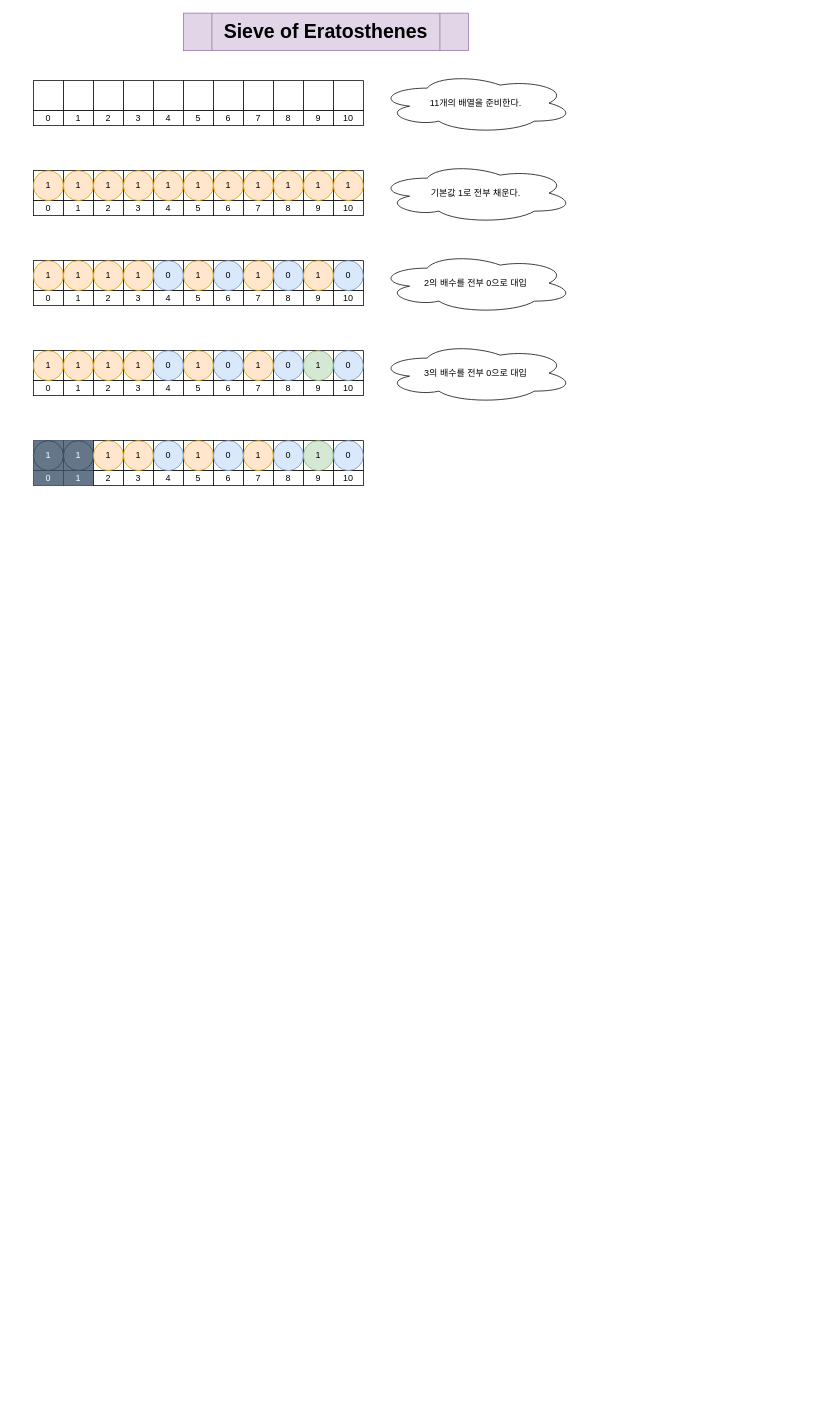
Above: 20220803 Sieve of Eratosthenes1.drawio in u8yes/Algorithm (draw.io), before the change. Source tidied: cells renumbered, new cells numbered last; positions are measured from the earlier drawing's top-left corner, leaving out a move shared by most shapes. Both pictures are drawn from the tidied source at 75%, with x=0, y=0 at pixel (33, 13).
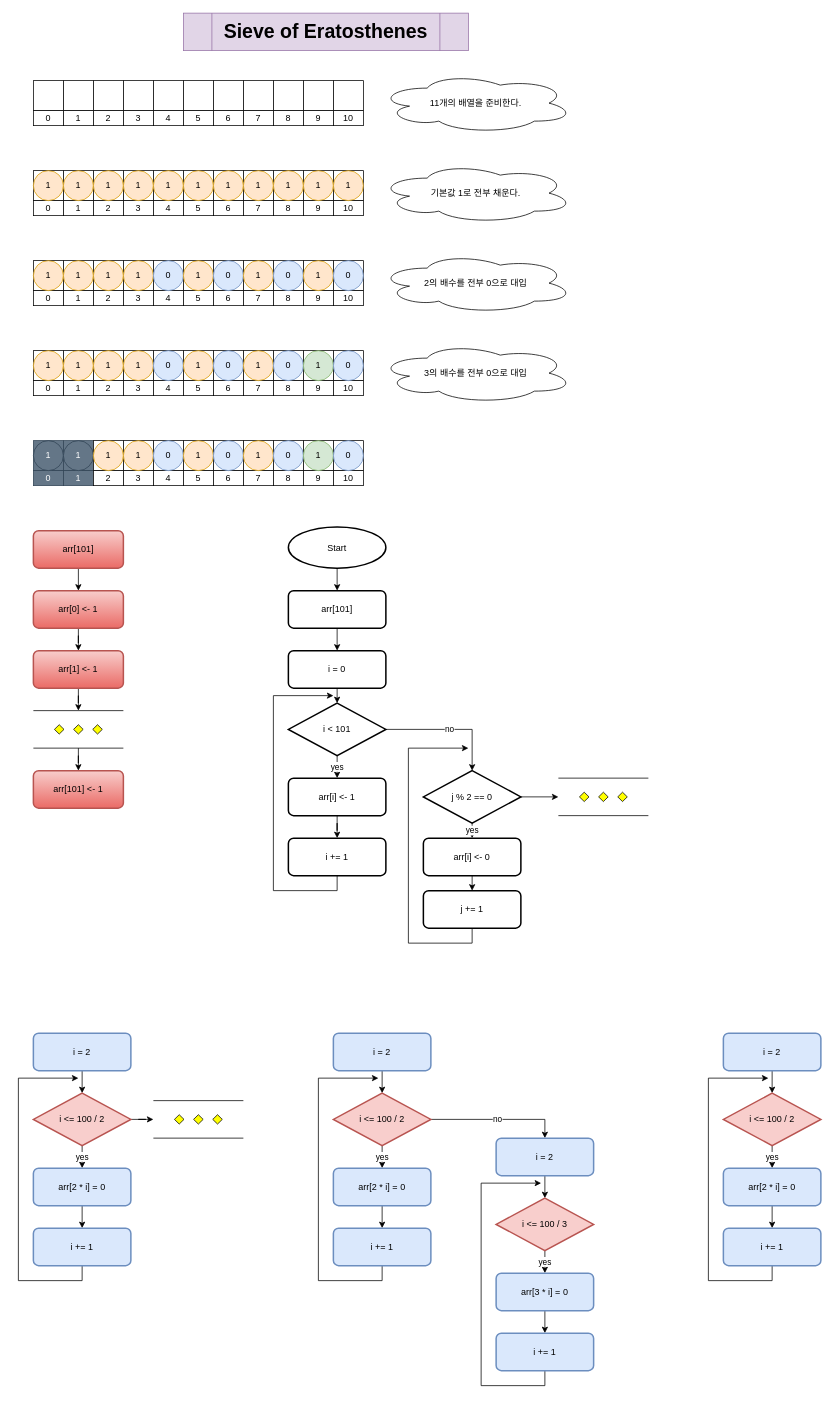
The same diagram, later.

What changed in the source:
```diff
@@
+    <mxCell id="162" style="edgeStyle=orthogonalEdgeStyle;rounded=0;jettySize=auto;html=1;exitX=0.5;exitY=1;exitDx=0;exitDy=0;entryX=0.5;entryY=0;entryDx=0;entryDy=0;" parent="1" edge="1" source="163" target="165">
+      <mxGeometry relative="1" as="geometry" />
+    </mxCell>
+    <mxCell id="163" value="arr[101]" style="rounded=1;whiteSpace=wrap;html=1;absoluteArcSize=1;arcSize=14;strokeWidth=2;gradientColor=#ea6b66;fillColor=#f8cecc;strokeColor=#b85450;" parent="1" vertex="1">
+      <mxGeometry y="690" width="120" height="50" as="geometry" />
+    </mxCell>
+    <mxCell id="164" style="edgeStyle=orthogonalEdgeStyle;rounded=0;jettySize=auto;html=1;exitX=0.5;exitY=1;exitDx=0;exitDy=0;" parent="1" edge="1" source="165" target="167">
+      <mxGeometry relative="1" as="geometry" />
+    </mxCell>
+    <mxCell id="165" value="arr[0] &amp;lt;- 1" style="rounded=1;whiteSpace=wrap;html=1;absoluteArcSize=1;arcSize=14;strokeWidth=2;gradientColor=#ea6b66;fillColor=#f8cecc;strokeColor=#b85450;" parent="1" vertex="1">
+      <mxGeometry y="770" width="120" height="50" as="geometry" />
+    </mxCell>
+    <mxCell id="166" style="edgeStyle=orthogonalEdgeStyle;rounded=0;jettySize=auto;html=1;exitX=0.5;exitY=1;exitDx=0;exitDy=0;" parent="1" edge="1" source="167" target="169">
+      <mxGeometry relative="1" as="geometry" />
+    </mxCell>
+    <mxCell id="167" value="arr[1] &amp;lt;- 1" style="rounded=1;whiteSpace=wrap;html=1;absoluteArcSize=1;arcSize=14;strokeWidth=2;gradientColor=#ea6b66;fillColor=#f8cecc;strokeColor=#b85450;" parent="1" vertex="1">
+      <mxGeometry y="850" width="120" height="50" as="geometry" />
+    </mxCell>
+    <mxCell id="168" style="edgeStyle=orthogonalEdgeStyle;rounded=0;jettySize=auto;html=1;exitX=0.5;exitY=1;exitDx=0;exitDy=0;exitPerimeter=0;" parent="1" edge="1" source="169" target="170">
+      <mxGeometry relative="1" as="geometry" />
+    </mxCell>
+    <mxCell id="169" style="verticalLabelPosition=bottom;verticalAlign=top;html=1;shape=mxgraph.flowchart.parallel_mode;" parent="1" vertex="1">
+      <mxGeometry y="930" width="120" height="50" as="geometry" />
+    </mxCell>
+    <mxCell id="170" value="arr[101] &amp;lt;- 1" style="rounded=1;whiteSpace=wrap;html=1;absoluteArcSize=1;arcSize=14;strokeWidth=2;gradientColor=#ea6b66;fillColor=#f8cecc;strokeColor=#b85450;" parent="1" vertex="1">
+      <mxGeometry y="1010" width="120" height="50" as="geometry" />
+    </mxCell>
+    <mxCell id="171" style="edgeStyle=orthogonalEdgeStyle;rounded=0;jettySize=auto;html=1;exitX=0.5;exitY=1;exitDx=0;exitDy=0;entryX=0.5;entryY=0;entryDx=0;entryDy=0;entryPerimeter=0;" parent="1" edge="1" source="172" target="175">
+      <mxGeometry relative="1" as="geometry" />
+    </mxCell>
+    <mxCell id="172" value="i = 0" style="rounded=1;whiteSpace=wrap;html=1;absoluteArcSize=1;arcSize=14;strokeWidth=2;" parent="1" vertex="1">
+      <mxGeometry x="340" y="850" width="130" height="50" as="geometry" />
+    </mxCell>
+    <mxCell id="173" value="yes" style="edgeStyle=orthogonalEdgeStyle;rounded=0;jettySize=auto;html=1;exitX=0.5;exitY=1;exitDx=0;exitDy=0;exitPerimeter=0;entryX=0.5;entryY=0;entryDx=0;entryDy=0;" parent="1" edge="1" source="175" target="177">
+      <mxGeometry relative="1" as="geometry" />
+    </mxCell>
+    <mxCell id="174" value="no" style="edgeStyle=orthogonalEdgeStyle;rounded=0;jettySize=auto;html=1;" parent="1" edge="1" source="175" target="186">
+      <mxGeometry relative="1" as="geometry" />
+    </mxCell>
+    <mxCell id="175" value="&lt;span&gt;i &amp;lt; 101&lt;/span&gt;" style="strokeWidth=2;html=1;shape=mxgraph.flowchart.decision;whiteSpace=wrap;" parent="1" vertex="1">
+      <mxGeometry x="340" y="920" width="130" height="70" as="geometry" />
+    </mxCell>
+    <mxCell id="176" style="edgeStyle=orthogonalEdgeStyle;rounded=0;jettySize=auto;html=1;exitX=0.5;exitY=1;exitDx=0;exitDy=0;" parent="1" edge="1" source="177" target="181">
+      <mxGeometry relative="1" as="geometry" />
+    </mxCell>
+    <mxCell id="177" value="arr[i] &amp;lt;- 1" style="rounded=1;whiteSpace=wrap;html=1;absoluteArcSize=1;arcSize=14;strokeWidth=2;" parent="1" vertex="1">
+      <mxGeometry x="340" y="1020" width="130" height="50" as="geometry" />
+    </mxCell>
+    <mxCell id="178" style="edgeStyle=orthogonalEdgeStyle;rounded=0;jettySize=auto;html=1;exitX=0.5;exitY=1;exitDx=0;exitDy=0;entryX=0.5;entryY=0;entryDx=0;entryDy=0;" parent="1" edge="1" source="179" target="172">
+      <mxGeometry relative="1" as="geometry" />
+    </mxCell>
+    <mxCell id="179" value="arr[101]" style="rounded=1;whiteSpace=wrap;html=1;absoluteArcSize=1;arcSize=14;strokeWidth=2;" parent="1" vertex="1">
+      <mxGeometry x="340" y="770" width="130" height="50" as="geometry" />
+    </mxCell>
+    <mxCell id="180" style="edgeStyle=orthogonalEdgeStyle;rounded=0;jettySize=auto;html=1;exitX=0.5;exitY=1;exitDx=0;exitDy=0;" parent="1" edge="1" source="181">
+      <mxGeometry relative="1" as="geometry">
+        <mxPoint x="400" y="910" as="targetPoint" />
+        <Array as="points">
+          <mxPoint x="405" y="1170" />
+          <mxPoint x="320" y="1170" />
+          <mxPoint x="320" y="910" />
+        </Array>
+      </mxGeometry>
+    </mxCell>
+    <mxCell id="181" value="i += 1" style="rounded=1;whiteSpace=wrap;html=1;absoluteArcSize=1;arcSize=14;strokeWidth=2;" parent="1" vertex="1">
+      <mxGeometry x="340" y="1100" width="130" height="50" as="geometry" />
+    </mxCell>
+    <mxCell id="182" style="edgeStyle=orthogonalEdgeStyle;rounded=0;jettySize=auto;html=1;exitX=0.5;exitY=1;exitDx=0;exitDy=0;exitPerimeter=0;entryX=0.5;entryY=0;entryDx=0;entryDy=0;" parent="1" edge="1" source="183" target="179">
+      <mxGeometry relative="1" as="geometry" />
+    </mxCell>
+    <mxCell id="183" value="Start" style="strokeWidth=2;html=1;shape=mxgraph.flowchart.start_1;whiteSpace=wrap;" parent="1" vertex="1">
+      <mxGeometry x="340" y="685" width="130" height="55" as="geometry" />
+    </mxCell>
+    <mxCell id="184" value="yes" style="edgeStyle=orthogonalEdgeStyle;rounded=0;jettySize=auto;html=1;exitX=0.5;exitY=1;exitDx=0;exitDy=0;exitPerimeter=0;entryX=0.5;entryY=0;entryDx=0;entryDy=0;" parent="1" edge="1" source="186" target="188">
+      <mxGeometry relative="1" as="geometry" />
+    </mxCell>
+    <mxCell id="185" style="edgeStyle=orthogonalEdgeStyle;rounded=0;jettySize=auto;html=1;entryX=0;entryY=0.5;entryDx=0;entryDy=0;entryPerimeter=0;" parent="1" edge="1" source="186" target="191">
+      <mxGeometry relative="1" as="geometry" />
+    </mxCell>
+    <mxCell id="186" value="&lt;span&gt;j % 2 == 0&lt;/span&gt;" style="strokeWidth=2;html=1;shape=mxgraph.flowchart.decision;whiteSpace=wrap;" parent="1" vertex="1">
+      <mxGeometry x="520" y="1010" width="130" height="70" as="geometry" />
+    </mxCell>
+    <mxCell id="187" style="edgeStyle=orthogonalEdgeStyle;rounded=0;jettySize=auto;html=1;exitX=0.5;exitY=1;exitDx=0;exitDy=0;entryX=0.5;entryY=0;entryDx=0;entryDy=0;" parent="1" edge="1" source="188" target="190">
+      <mxGeometry relative="1" as="geometry" />
+    </mxCell>
+    <mxCell id="188" value="arr[i] &amp;lt;- 0" style="rounded=1;whiteSpace=wrap;html=1;absoluteArcSize=1;arcSize=14;strokeWidth=2;" parent="1" vertex="1">
+      <mxGeometry x="520" y="1100" width="130" height="50" as="geometry" />
+    </mxCell>
+    <mxCell id="189" style="edgeStyle=orthogonalEdgeStyle;rounded=0;jettySize=auto;html=1;" parent="1" edge="1" source="190">
+      <mxGeometry relative="1" as="geometry">
+        <mxPoint x="580" y="980" as="targetPoint" />
+        <Array as="points">
+          <mxPoint x="585" y="1240" />
+          <mxPoint x="500" y="1240" />
+          <mxPoint x="500" y="980" />
+        </Array>
+      </mxGeometry>
+    </mxCell>
+    <mxCell id="190" value="j += 1" style="rounded=1;whiteSpace=wrap;html=1;absoluteArcSize=1;arcSize=14;strokeWidth=2;" parent="1" vertex="1">
+      <mxGeometry x="520" y="1170" width="130" height="50" as="geometry" />
+    </mxCell>
+    <mxCell id="191" style="verticalLabelPosition=bottom;verticalAlign=top;html=1;shape=mxgraph.flowchart.parallel_mode;" parent="1" vertex="1">
+      <mxGeometry x="700" y="1020" width="120" height="50" as="geometry" />
+    </mxCell>
+    <mxCell id="192" style="edgeStyle=orthogonalEdgeStyle;rounded=0;jettySize=auto;html=1;exitX=0.5;exitY=1;exitDx=0;exitDy=0;entryX=0.5;entryY=0;entryDx=0;entryDy=0;entryPerimeter=0;" parent="1" edge="1" source="193" target="196">
+      <mxGeometry relative="1" as="geometry" />
+    </mxCell>
+    <mxCell id="193" value="i = 2" style="rounded=1;whiteSpace=wrap;html=1;absoluteArcSize=1;arcSize=14;strokeWidth=2;fillColor=#dae8fc;strokeColor=#6c8ebf;" parent="1" vertex="1">
+      <mxGeometry y="1360" width="130" height="50" as="geometry" />
+    </mxCell>
+    <mxCell id="194" value="yes" style="edgeStyle=orthogonalEdgeStyle;rounded=0;jettySize=auto;html=1;exitX=0.5;exitY=1;exitDx=0;exitDy=0;exitPerimeter=0;entryX=0.5;entryY=0;entryDx=0;entryDy=0;" parent="1" edge="1" source="196" target="198">
+      <mxGeometry relative="1" as="geometry" />
+    </mxCell>
+    <mxCell id="195" style="edgeStyle=orthogonalEdgeStyle;rounded=0;jettySize=auto;html=1;exitX=1;exitY=0.5;exitDx=0;exitDy=0;exitPerimeter=0;" parent="1" edge="1" source="196" target="201">
+      <mxGeometry relative="1" as="geometry" />
+    </mxCell>
+    <mxCell id="196" value="i &amp;lt;= 100 / 2" style="strokeWidth=2;html=1;shape=mxgraph.flowchart.decision;whiteSpace=wrap;fillColor=#f8cecc;strokeColor=#b85450;" parent="1" vertex="1">
+      <mxGeometry y="1440" width="130" height="70" as="geometry" />
+    </mxCell>
+    <mxCell id="197" style="edgeStyle=orthogonalEdgeStyle;rounded=0;jettySize=auto;html=1;exitX=0.5;exitY=1;exitDx=0;exitDy=0;entryX=0.5;entryY=0;entryDx=0;entryDy=0;" parent="1" edge="1" source="198" target="200">
+      <mxGeometry relative="1" as="geometry" />
+    </mxCell>
+    <mxCell id="198" value="arr[2 * i] = 0" style="rounded=1;whiteSpace=wrap;html=1;absoluteArcSize=1;arcSize=14;strokeWidth=2;fillColor=#dae8fc;strokeColor=#6c8ebf;" parent="1" vertex="1">
+      <mxGeometry y="1540" width="130" height="50" as="geometry" />
+    </mxCell>
+    <mxCell id="199" style="edgeStyle=orthogonalEdgeStyle;rounded=0;jettySize=auto;html=1;exitX=0.5;exitY=1;exitDx=0;exitDy=0;" parent="1" edge="1" source="200">
+      <mxGeometry relative="1" as="geometry">
+        <mxPoint x="60" y="1420" as="targetPoint" />
+        <Array as="points">
+          <mxPoint x="65" y="1690" />
+          <mxPoint x="-20" y="1690" />
+          <mxPoint x="-20" y="1420" />
+        </Array>
+      </mxGeometry>
+    </mxCell>
+    <mxCell id="200" value="i += 1" style="rounded=1;whiteSpace=wrap;html=1;absoluteArcSize=1;arcSize=14;strokeWidth=2;fillColor=#dae8fc;strokeColor=#6c8ebf;" parent="1" vertex="1">
+      <mxGeometry y="1620" width="130" height="50" as="geometry" />
+    </mxCell>
+    <mxCell id="201" style="verticalLabelPosition=bottom;verticalAlign=top;html=1;shape=mxgraph.flowchart.parallel_mode;" parent="1" vertex="1">
+      <mxGeometry x="160" y="1450" width="120" height="50" as="geometry" />
+    </mxCell>
+    <mxCell id="202" style="edgeStyle=orthogonalEdgeStyle;rounded=0;jettySize=auto;html=1;exitX=0.5;exitY=1;exitDx=0;exitDy=0;entryX=0.5;entryY=0;entryDx=0;entryDy=0;entryPerimeter=0;" parent="1" edge="1" source="203" target="206">
+      <mxGeometry relative="1" as="geometry" />
+    </mxCell>
+    <mxCell id="203" value="i = 2" style="rounded=1;whiteSpace=wrap;html=1;absoluteArcSize=1;arcSize=14;strokeWidth=2;fillColor=#dae8fc;strokeColor=#6c8ebf;" parent="1" vertex="1">
+      <mxGeometry x="400" y="1360" width="130" height="50" as="geometry" />
+    </mxCell>
+    <mxCell id="204" value="yes" style="edgeStyle=orthogonalEdgeStyle;rounded=0;jettySize=auto;html=1;exitX=0.5;exitY=1;exitDx=0;exitDy=0;exitPerimeter=0;entryX=0.5;entryY=0;entryDx=0;entryDy=0;" parent="1" edge="1" source="206" target="208">
+      <mxGeometry relative="1" as="geometry" />
+    </mxCell>
+    <mxCell id="205" value="no" style="edgeStyle=orthogonalEdgeStyle;rounded=0;jettySize=auto;html=1;exitX=1;exitY=0.5;exitDx=0;exitDy=0;exitPerimeter=0;entryX=0.5;entryY=0;entryDx=0;entryDy=0;" parent="1" edge="1" source="206" target="212">
+      <mxGeometry relative="1" as="geometry" />
+    </mxCell>
+    <mxCell id="206" value="i &amp;lt;= 100 / 2" style="strokeWidth=2;html=1;shape=mxgraph.flowchart.decision;whiteSpace=wrap;fillColor=#f8cecc;strokeColor=#b85450;" parent="1" vertex="1">
+      <mxGeometry x="400" y="1440" width="130" height="70" as="geometry" />
+    </mxCell>
+    <mxCell id="207" style="edgeStyle=orthogonalEdgeStyle;rounded=0;jettySize=auto;html=1;exitX=0.5;exitY=1;exitDx=0;exitDy=0;entryX=0.5;entryY=0;entryDx=0;entryDy=0;" parent="1" edge="1" source="208" target="210">
+      <mxGeometry relative="1" as="geometry" />
+    </mxCell>
+    <mxCell id="208" value="arr[2 * i] = 0" style="rounded=1;whiteSpace=wrap;html=1;absoluteArcSize=1;arcSize=14;strokeWidth=2;fillColor=#dae8fc;strokeColor=#6c8ebf;" parent="1" vertex="1">
+      <mxGeometry x="400" y="1540" width="130" height="50" as="geometry" />
+    </mxCell>
+    <mxCell id="209" style="edgeStyle=orthogonalEdgeStyle;rounded=0;jettySize=auto;html=1;exitX=0.5;exitY=1;exitDx=0;exitDy=0;" parent="1" edge="1" source="210">
+      <mxGeometry relative="1" as="geometry">
+        <mxPoint x="460" y="1420" as="targetPoint" />
+        <Array as="points">
+          <mxPoint x="465" y="1690" />
+          <mxPoint x="380" y="1690" />
+          <mxPoint x="380" y="1420" />
+        </Array>
+      </mxGeometry>
+    </mxCell>
+    <mxCell id="210" value="i += 1" style="rounded=1;whiteSpace=wrap;html=1;absoluteArcSize=1;arcSize=14;strokeWidth=2;fillColor=#dae8fc;strokeColor=#6c8ebf;" parent="1" vertex="1">
+      <mxGeometry x="400" y="1620" width="130" height="50" as="geometry" />
+    </mxCell>
+    <mxCell id="211" style="edgeStyle=orthogonalEdgeStyle;rounded=0;jettySize=auto;html=1;exitX=0.5;exitY=1;exitDx=0;exitDy=0;entryX=0.5;entryY=0;entryDx=0;entryDy=0;entryPerimeter=0;" parent="1" edge="1" source="212" target="214">
+      <mxGeometry relative="1" as="geometry" />
+    </mxCell>
+    <mxCell id="212" value="i = 2" style="rounded=1;whiteSpace=wrap;html=1;absoluteArcSize=1;arcSize=14;strokeWidth=2;fillColor=#dae8fc;strokeColor=#6c8ebf;" parent="1" vertex="1">
+      <mxGeometry x="617" y="1500" width="130" height="50" as="geometry" />
+    </mxCell>
+    <mxCell id="213" value="yes" style="edgeStyle=orthogonalEdgeStyle;rounded=0;jettySize=auto;html=1;exitX=0.5;exitY=1;exitDx=0;exitDy=0;exitPerimeter=0;entryX=0.5;entryY=0;entryDx=0;entryDy=0;" parent="1" edge="1" source="214" target="216">
+      <mxGeometry relative="1" as="geometry" />
+    </mxCell>
+    <mxCell id="214" value="i &amp;lt;= 100 / 3" style="strokeWidth=2;html=1;shape=mxgraph.flowchart.decision;whiteSpace=wrap;fillColor=#f8cecc;strokeColor=#b85450;" parent="1" vertex="1">
+      <mxGeometry x="617" y="1580" width="130" height="70" as="geometry" />
+    </mxCell>
+    <mxCell id="215" style="edgeStyle=orthogonalEdgeStyle;rounded=0;jettySize=auto;html=1;exitX=0.5;exitY=1;exitDx=0;exitDy=0;entryX=0.5;entryY=0;entryDx=0;entryDy=0;" parent="1" edge="1" source="216" target="218">
+      <mxGeometry relative="1" as="geometry" />
+    </mxCell>
+    <mxCell id="216" value="arr[3 * i] = 0" style="rounded=1;whiteSpace=wrap;html=1;absoluteArcSize=1;arcSize=14;strokeWidth=2;fillColor=#dae8fc;strokeColor=#6c8ebf;" parent="1" vertex="1">
+      <mxGeometry x="617" y="1680" width="130" height="50" as="geometry" />
+    </mxCell>
+    <mxCell id="217" style="edgeStyle=orthogonalEdgeStyle;rounded=0;jettySize=auto;html=1;exitX=0.5;exitY=1;exitDx=0;exitDy=0;" parent="1" edge="1" source="218">
+      <mxGeometry relative="1" as="geometry">
+        <mxPoint x="677" y="1560" as="targetPoint" />
+        <Array as="points">
+          <mxPoint x="682" y="1830" />
+          <mxPoint x="597" y="1830" />
+          <mxPoint x="597" y="1560" />
+        </Array>
+      </mxGeometry>
+    </mxCell>
+    <mxCell id="218" value="i += 1" style="rounded=1;whiteSpace=wrap;html=1;absoluteArcSize=1;arcSize=14;strokeWidth=2;fillColor=#dae8fc;strokeColor=#6c8ebf;" parent="1" vertex="1">
+      <mxGeometry x="617" y="1760" width="130" height="50" as="geometry" />
+    </mxCell>
+    <mxCell id="219" style="edgeStyle=orthogonalEdgeStyle;rounded=0;jettySize=auto;html=1;exitX=0.5;exitY=1;exitDx=0;exitDy=0;entryX=0.5;entryY=0;entryDx=0;entryDy=0;entryPerimeter=0;" parent="1" edge="1" source="220" target="222">
+      <mxGeometry relative="1" as="geometry" />
+    </mxCell>
+    <mxCell id="220" value="i = 2" style="rounded=1;whiteSpace=wrap;html=1;absoluteArcSize=1;arcSize=14;strokeWidth=2;fillColor=#dae8fc;strokeColor=#6c8ebf;" parent="1" vertex="1">
+      <mxGeometry x="920" y="1360" width="130" height="50" as="geometry" />
+    </mxCell>
+    <mxCell id="221" value="yes" style="edgeStyle=orthogonalEdgeStyle;rounded=0;jettySize=auto;html=1;exitX=0.5;exitY=1;exitDx=0;exitDy=0;exitPerimeter=0;entryX=0.5;entryY=0;entryDx=0;entryDy=0;" parent="1" edge="1" source="222" target="224">
+      <mxGeometry relative="1" as="geometry" />
+    </mxCell>
+    <mxCell id="222" value="i &amp;lt;= 100 / 2" style="strokeWidth=2;html=1;shape=mxgraph.flowchart.decision;whiteSpace=wrap;fillColor=#f8cecc;strokeColor=#b85450;" parent="1" vertex="1">
+      <mxGeometry x="920" y="1440" width="130" height="70" as="geometry" />
+    </mxCell>
+    <mxCell id="223" style="edgeStyle=orthogonalEdgeStyle;rounded=0;jettySize=auto;html=1;exitX=0.5;exitY=1;exitDx=0;exitDy=0;entryX=0.5;entryY=0;entryDx=0;entryDy=0;" parent="1" edge="1" source="224" target="226">
+      <mxGeometry relative="1" as="geometry" />
+    </mxCell>
+    <mxCell id="224" value="arr[2 * i] = 0" style="rounded=1;whiteSpace=wrap;html=1;absoluteArcSize=1;arcSize=14;strokeWidth=2;fillColor=#dae8fc;strokeColor=#6c8ebf;" parent="1" vertex="1">
+      <mxGeometry x="920" y="1540" width="130" height="50" as="geometry" />
+    </mxCell>
+    <mxCell id="225" style="edgeStyle=orthogonalEdgeStyle;rounded=0;jettySize=auto;html=1;exitX=0.5;exitY=1;exitDx=0;exitDy=0;" parent="1" edge="1" source="226">
+      <mxGeometry relative="1" as="geometry">
+        <mxPoint x="980" y="1420" as="targetPoint" />
+        <Array as="points">
+          <mxPoint x="985" y="1690" />
+          <mxPoint x="900" y="1690" />
+          <mxPoint x="900" y="1420" />
+        </Array>
+      </mxGeometry>
+    </mxCell>
+    <mxCell id="226" value="i += 1" style="rounded=1;whiteSpace=wrap;html=1;absoluteArcSize=1;arcSize=14;strokeWidth=2;fillColor=#dae8fc;strokeColor=#6c8ebf;" parent="1" vertex="1">
+      <mxGeometry x="920" y="1620" width="130" height="50" as="geometry" />
+    </mxCell>
```
